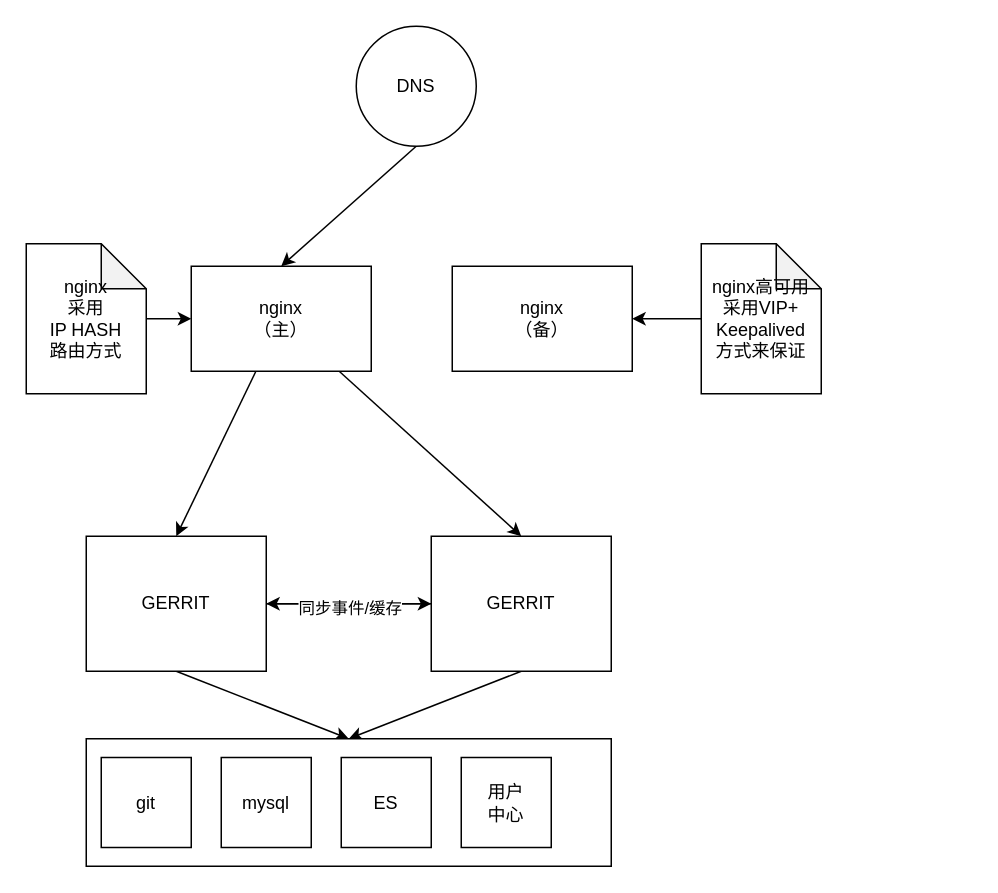
The draw.io diagram codecenter.drawio in zhiwoeryi/code-center, before the edit. Source tidied: cells renumbered, new cells numbered last; positions are measured from the earlier drawing's top-left corner, leaving out a move shared by most shapes. Both pictures are drawn from the tidied source at 150%, with x=0, y=0 at pixel (26, 26).
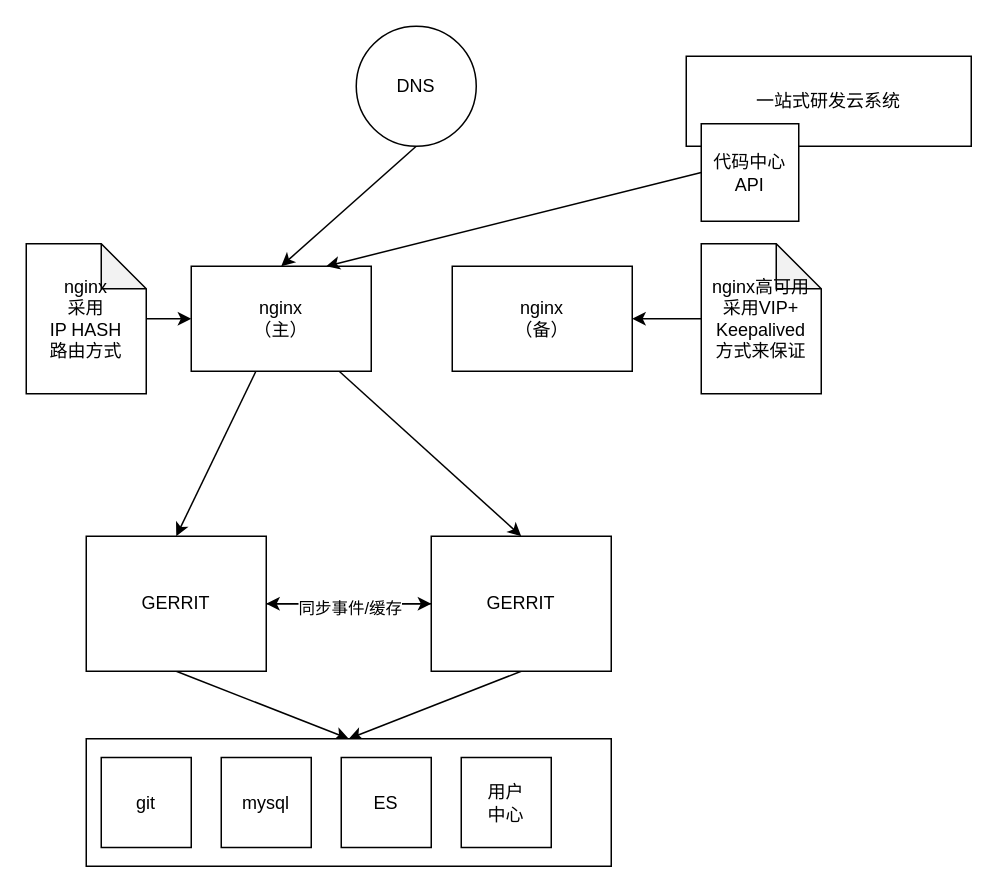
The same diagram, later.

Unchanged cells that the change refers to:
```xml
<mxCell id="4" value="nginx&lt;br&gt;（主）" style="rounded=0;whiteSpace=wrap;html=1;" parent="1" vertex="1">
  <mxGeometry x="110" y="160" width="120" height="70" as="geometry" />
</mxCell>
```

Diff of the diagram source:
```diff
@@
+    <mxCell id="24" style="edgeStyle=none;rounded=0;jettySize=auto;html=1;entryX=0.75;entryY=0;entryDx=0;entryDy=0;exitX=0;exitY=0.5;exitDx=0;exitDy=0;" parent="1" edge="1" source="26" target="4">
+      <mxGeometry relative="1" as="geometry" />
+    </mxCell>
+    <mxCell id="25" value="一站式研发云系统" style="rounded=0;whiteSpace=wrap;html=1;" parent="1" vertex="1">
+      <mxGeometry x="440" y="20" width="190" height="60" as="geometry" />
+    </mxCell>
+    <mxCell id="26" value="代码中心&lt;br&gt;API" style="whiteSpace=wrap;html=1;" parent="1" vertex="1">
+      <mxGeometry x="450" y="65" width="65" height="65" as="geometry" />
+    </mxCell>
```
